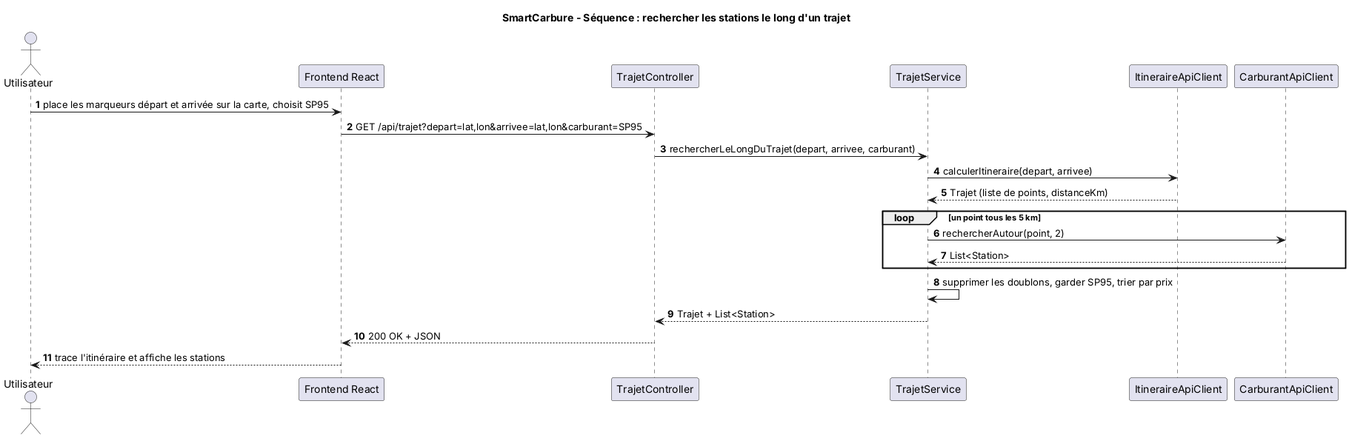
AdiyoFouad/SmartCarbure keeps this PlantUML diagram as docs/diagrammes/sequence_trajet.png. Above is the earlier version. Its diagram source:
```plantuml
@startuml sequence_trajet
title SmartCarbure - Séquence : rechercher les stations le long d'un trajet
autonumber

actor Utilisateur
participant "Frontend React" as UI
participant "TrajetController" as CTRL
participant "TrajetService" as SRV
participant "ItineraireApiClient" as ITI
participant "CarburantApiClient" as CLI

Utilisateur -> UI : place les marqueurs départ et arrivée sur la carte, choisit SP95
UI -> CTRL : GET /api/trajet?depart=lat,lon&arrivee=lat,lon&carburant=SP95
CTRL -> SRV : rechercherLeLongDuTrajet(depart, arrivee, carburant)
SRV -> ITI : calculerItineraire(depart, arrivee)
ITI --> SRV : Trajet (liste de points, distanceKm)
loop un point tous les 5 km
  SRV -> CLI : rechercherAutour(point, 2)
  CLI --> SRV : List<Station>
end
SRV -> SRV : supprimer les doublons, garder SP95, trier par prix
SRV --> CTRL : Trajet + List<Station>
CTRL --> UI : 200 OK + JSON
UI --> Utilisateur : trace l'itinéraire et affiche les stations
@enduml
```
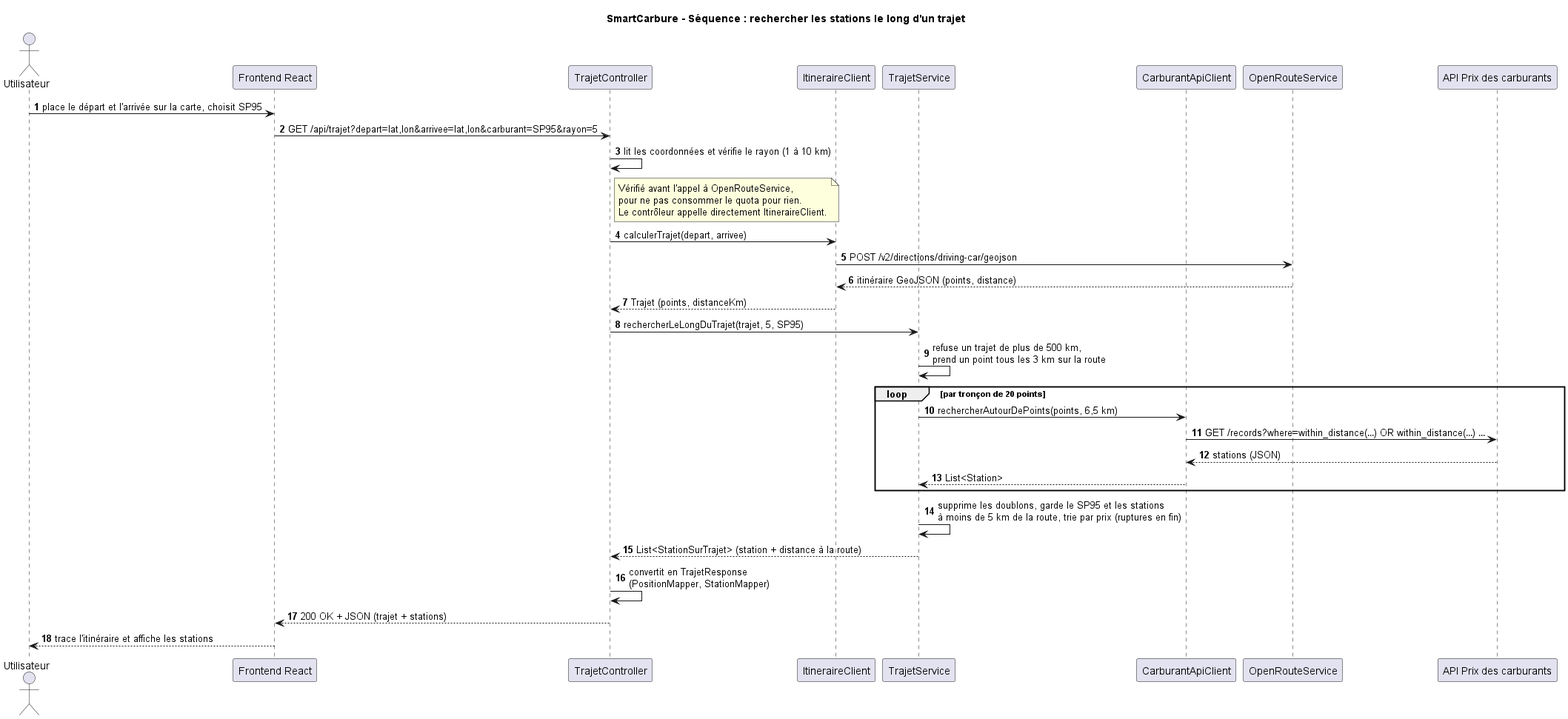
The same file after the commit.

Commit message:
C5 : diagrammes de séquence (recherche, erreurs, trajet) mis à jour avec le code de main

Diff of the diagram source:
```diff
@@ -1,25 +1,41 @@
 @startuml sequence_trajet
+
 title SmartCarbure - Séquence : rechercher les stations le long d'un trajet
+
 autonumber
+actor Utilisateur
+participant "Frontend React" as Front
+participant TrajetController
+participant ItineraireClient
+participant TrajetService
+participant CarburantApiClient
+participant "OpenRouteService" as Ors
+participant "API Prix des carburants" as Api
 
-actor Utilisateur
-participant "Frontend React" as UI
-participant "TrajetController" as CTRL
-participant "TrajetService" as SRV
-participant "ItineraireApiClient" as ITI
-participant "CarburantApiClient" as CLI
+Utilisateur -> Front : place le départ et l'arrivée sur la carte, choisit SP95
+Front -> TrajetController : GET /api/trajet?depart=lat,lon&arrivee=lat,lon&carburant=SP95&rayon=5
+TrajetController -> TrajetController : lit les coordonnées et vérifie le rayon (1 à 10 km)
+note right of TrajetController
+  Vérifié avant l'appel à OpenRouteService,
+  pour ne pas consommer le quota pour rien.
+  Le contrôleur appelle directement ItineraireClient.
+end note
+TrajetController -> ItineraireClient : calculerTrajet(depart, arrivee)
+ItineraireClient -> Ors : POST /v2/directions/driving-car/geojson
+Ors --> ItineraireClient : itinéraire GeoJSON (points, distance)
+ItineraireClient --> TrajetController : Trajet (points, distanceKm)
+TrajetController -> TrajetService : rechercherLeLongDuTrajet(trajet, 5, SP95)
+TrajetService -> TrajetService : refuse un trajet de plus de 500 km,\nprend un point tous les 3 km sur la route
+loop par tronçon de 20 points
+  TrajetService -> CarburantApiClient : rechercherAutourDePoints(points, 6,5 km)
+  CarburantApiClient -> Api : GET /records?where=within_distance(…) OR within_distance(…) …
+  Api --> CarburantApiClient : stations (JSON)
+  CarburantApiClient --> TrajetService : List<Station>
+end
+TrajetService -> TrajetService : supprime les doublons, garde le SP95 et les stations\nà moins de 5 km de la route, trie par prix (ruptures en fin)
+TrajetService --> TrajetController : List<StationSurTrajet> (station + distance à la route)
+TrajetController -> TrajetController : convertit en TrajetResponse\n(PositionMapper, StationMapper)
+TrajetController --> Front : 200 OK + JSON (trajet + stations)
+Front --> Utilisateur : trace l'itinéraire et affiche les stations
 
-Utilisateur -> UI : place les marqueurs départ et arrivée sur la carte, choisit SP95
-UI -> CTRL : GET /api/trajet?depart=lat,lon&arrivee=lat,lon&carburant=SP95
-CTRL -> SRV : rechercherLeLongDuTrajet(depart, arrivee, carburant)
-SRV -> ITI : calculerItineraire(depart, arrivee)
-ITI --> SRV : Trajet (liste de points, distanceKm)
-loop un point tous les 5 km
-  SRV -> CLI : rechercherAutour(point, 2)
-  CLI --> SRV : List<Station>
-end
-SRV -> SRV : supprimer les doublons, garder SP95, trier par prix
-SRV --> CTRL : Trajet + List<Station>
-CTRL --> UI : 200 OK + JSON
-UI --> Utilisateur : trace l'itinéraire et affiche les stations
 @enduml
```
